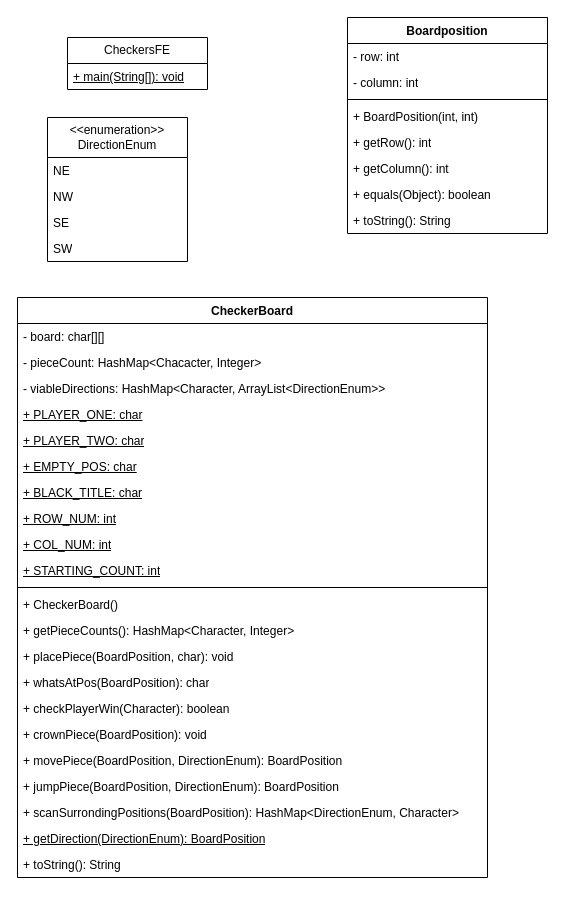
This is CheckersUML.drawio from ksurisetty11/checkers-project, a draw.io file, before an edit. Source tidied: cells renumbered, new cells numbered last; positions are measured from the earlier drawing's top-left corner, leaving out a move shared by most shapes. Both pictures are drawn from the tidied source at 100%, with x=0, y=0 at pixel (17, 17).
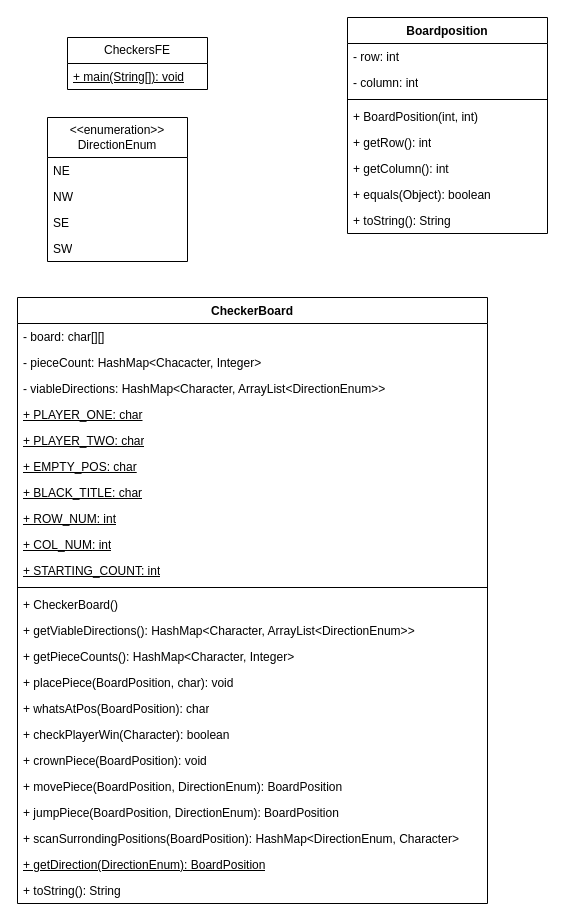
Above is the later version.

Diff of the diagram source:
```diff
@@
     <mxCell id="11" value="CheckerBoard" style="swimlane;fontStyle=1;align=center;verticalAlign=top;horizontal=1;startSize=26;whiteSpace=wrap;html=1;" parent="1" vertex="1">
-      <mxGeometry y="280" width="470" height="580" as="geometry" />
+      <mxGeometry y="280" width="470" height="606" as="geometry" />
     </mxCell>
@@
+    <mxCell id="41" value="+ getViableDirections(): HashMap&amp;lt;Character, ArrayList&amp;lt;DirectionEnum&amp;gt;&amp;gt;" style="text;strokeColor=none;fillColor=none;align=left;verticalAlign=top;spacingLeft=4;spacingRight=4;overflow=hidden;whiteSpace=wrap;html=1;" parent="11" vertex="1">
+      <mxGeometry y="320" width="470" height="26" as="geometry" />
+    </mxCell>
     <mxCell id="24" value="+ getPieceCounts(): HashMap&amp;lt;Character, Integer&amp;gt;" style="text;strokeColor=none;fillColor=none;align=left;verticalAlign=top;spacingLeft=4;spacingRight=4;overflow=hidden;whiteSpace=wrap;html=1;" parent="11" vertex="1">
-      <mxGeometry y="320" width="470" height="26" as="geometry" />
+      <mxGeometry y="346" width="470" height="26" as="geometry" />
     </mxCell>
     <mxCell id="25" value="+ placePiece(BoardPosition, char): void" style="text;strokeColor=none;fillColor=none;align=left;verticalAlign=top;spacingLeft=4;spacingRight=4;overflow=hidden;whiteSpace=wrap;html=1;" parent="11" vertex="1">
-      <mxGeometry y="346" width="470" height="26" as="geometry" />
+      <mxGeometry y="372" width="470" height="26" as="geometry" />
     </mxCell>
     <mxCell id="26" value="+ whatsAtPos(BoardPosition): char" style="text;strokeColor=none;fillColor=none;align=left;verticalAlign=top;spacingLeft=4;spacingRight=4;overflow=hidden;whiteSpace=wrap;html=1;" parent="11" vertex="1">
-      <mxGeometry y="372" width="470" height="26" as="geometry" />
+      <mxGeometry y="398" width="470" height="26" as="geometry" />
     </mxCell>
     <mxCell id="27" value="+ checkPlayerWin(Character): boolean" style="text;strokeColor=none;fillColor=none;align=left;verticalAlign=top;spacingLeft=4;spacingRight=4;overflow=hidden;whiteSpace=wrap;html=1;" parent="11" vertex="1">
-      <mxGeometry y="398" width="470" height="26" as="geometry" />
+      <mxGeometry y="424" width="470" height="26" as="geometry" />
     </mxCell>
     <mxCell id="28" value="+ crownPiece(BoardPosition): void" style="text;strokeColor=none;fillColor=none;align=left;verticalAlign=top;spacingLeft=4;spacingRight=4;overflow=hidden;whiteSpace=wrap;html=1;" parent="11" vertex="1">
-      <mxGeometry y="424" width="470" height="26" as="geometry" />
+      <mxGeometry y="450" width="470" height="26" as="geometry" />
     </mxCell>
     <mxCell id="29" value="+ movePiece(BoardPosition, DirectionEnum): BoardPosition" style="text;strokeColor=none;fillColor=none;align=left;verticalAlign=top;spacingLeft=4;spacingRight=4;overflow=hidden;whiteSpace=wrap;html=1;" parent="11" vertex="1">
-      <mxGeometry y="450" width="470" height="26" as="geometry" />
+      <mxGeometry y="476" width="470" height="26" as="geometry" />
     </mxCell>
     <mxCell id="30" value="+ jumpPiece(BoardPosition, DirectionEnum): BoardPosition" style="text;strokeColor=none;fillColor=none;align=left;verticalAlign=top;spacingLeft=4;spacingRight=4;overflow=hidden;whiteSpace=wrap;html=1;" parent="11" vertex="1">
-      <mxGeometry y="476" width="470" height="26" as="geometry" />
+      <mxGeometry y="502" width="470" height="26" as="geometry" />
     </mxCell>
     <mxCell id="31" value="+ scanSurrondingPositions(BoardPosition): HashMap&amp;lt;DirectionEnum, Character&amp;gt;" style="text;strokeColor=none;fillColor=none;align=left;verticalAlign=top;spacingLeft=4;spacingRight=4;overflow=hidden;whiteSpace=wrap;html=1;" parent="11" vertex="1">
-      <mxGeometry y="502" width="470" height="26" as="geometry" />
+      <mxGeometry y="528" width="470" height="26" as="geometry" />
     </mxCell>
     <mxCell id="32" value="&lt;u&gt;+ getDirection(DirectionEnum): BoardPosition&lt;/u&gt;" style="text;strokeColor=none;fillColor=none;align=left;verticalAlign=top;spacingLeft=4;spacingRight=4;overflow=hidden;whiteSpace=wrap;html=1;" parent="11" vertex="1">
-      <mxGeometry y="528" width="470" height="26" as="geometry" />
+      <mxGeometry y="554" width="470" height="26" as="geometry" />
     </mxCell>
     <mxCell id="33" value="+ toString(): String" style="text;strokeColor=none;fillColor=none;align=left;verticalAlign=top;spacingLeft=4;spacingRight=4;overflow=hidden;whiteSpace=wrap;html=1;" parent="11" vertex="1">
-      <mxGeometry y="554" width="470" height="26" as="geometry" />
+      <mxGeometry y="580" width="470" height="26" as="geometry" />
     </mxCell>
```
